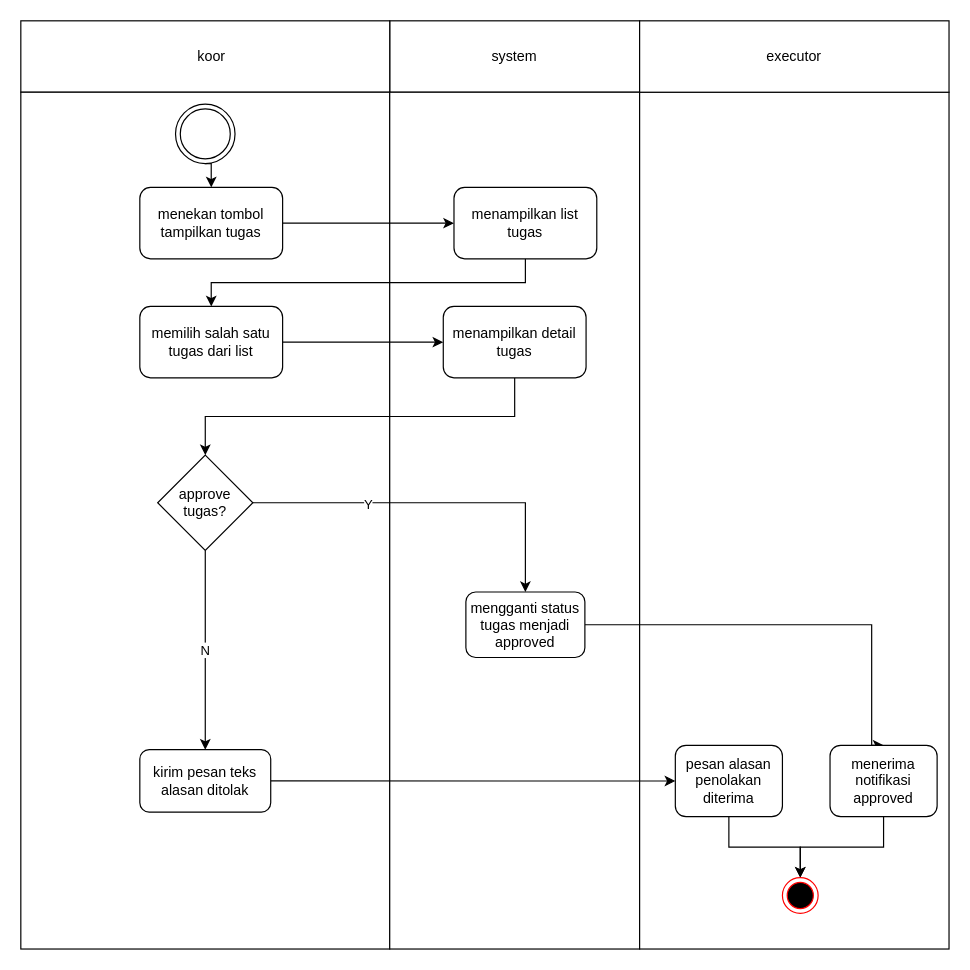
Before: KOOR_LihatTugas.drawio in X-TermiNation/Magang-Japfa-X-iSTTS, a draw.io diagram. Source tidied: cells renumbered, new cells numbered last; positions are measured from the earlier drawing's top-left corner, leaving out a move shared by most shapes. Both pictures are drawn from the tidied source at 119%, with x=0, y=0 at pixel (20, 20).
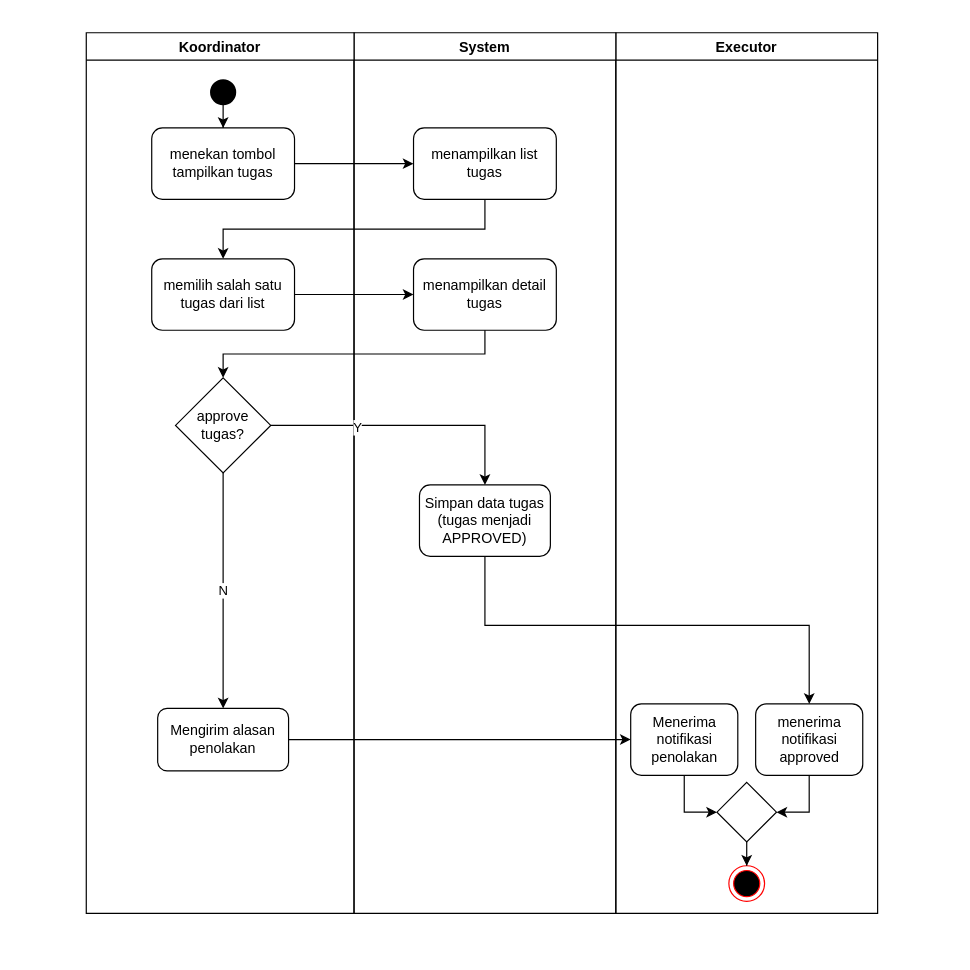
The same diagram, later.

Change to the diagram source:
```diff
@@
-    <mxCell id="2" value="system" style="rounded=0;whiteSpace=wrap;html=1;" parent="1" vertex="1">
-      <mxGeometry x="310" width="210" height="60" as="geometry" />
-    </mxCell>
-    <mxCell id="3" style="rounded=0;whiteSpace=wrap;html=1;" parent="1" vertex="1">
-      <mxGeometry width="310" height="60" as="geometry" />
-    </mxCell>
-    <mxCell id="4" style="rounded=0;whiteSpace=wrap;html=1;" parent="1" vertex="1">
-      <mxGeometry y="60" width="310" height="720" as="geometry" />
-    </mxCell>
-    <mxCell id="5" value="koor" style="text;html=1;align=center;verticalAlign=middle;strokeColor=none;fillColor=none;" parent="1" vertex="1">
-      <mxGeometry x="135" y="15" width="50" height="30" as="geometry" />
-    </mxCell>
-    <mxCell id="6" style="rounded=0;whiteSpace=wrap;html=1;" parent="1" vertex="1">
-      <mxGeometry x="310" y="60" width="210" height="720" as="geometry" />
-    </mxCell>
-    <mxCell id="7" style="rounded=0;whiteSpace=wrap;html=1;" parent="1" vertex="1">
-      <mxGeometry x="520" y="60" width="260" height="720" as="geometry" />
-    </mxCell>
-    <mxCell id="8" value="executor" style="rounded=0;whiteSpace=wrap;html=1;" parent="1" vertex="1">
-      <mxGeometry x="520" width="260" height="60" as="geometry" />
-    </mxCell>
-    <mxCell id="9" style="edgeStyle=orthogonalEdgeStyle;rounded=0;jettySize=auto;html=1;exitX=0.5;exitY=1;exitDx=0;exitDy=0;entryX=0.5;entryY=0;entryDx=0;entryDy=0;" parent="1" edge="1" source="10">
-      <mxGeometry relative="1" as="geometry">
-        <mxPoint x="160" y="140" as="targetPoint" />
-      </mxGeometry>
-    </mxCell>
-    <mxCell id="10" style="ellipse;shape=doubleEllipse;html=1;dashed=0;whitespace=wrap;" parent="1" vertex="1">
-      <mxGeometry x="130" y="70" width="50" height="50" as="geometry" />
-    </mxCell>
+    <mxCell id="32" value="Executor" style="swimlane;" parent="1" vertex="1">
+      <mxGeometry x="500" y="10" width="220" height="740" as="geometry" />
+    </mxCell>
+    <mxCell id="33" value="N" style="edgeStyle=orthogonalEdgeStyle;rounded=0;orthogonalLoop=1;jettySize=auto;html=1;exitX=0.5;exitY=1;exitDx=0;exitDy=0;entryX=0.5;entryY=0;entryDx=0;entryDy=0;" parent="32" edge="1">
+      <mxGeometry relative="1" as="geometry">
+        <mxPoint x="135" y="370" as="sourcePoint" />
+      </mxGeometry>
+    </mxCell>
+    <mxCell id="34" style="edgeStyle=orthogonalEdgeStyle;rounded=0;jettySize=auto;html=1;entryX=1;entryY=0.5;entryDx=0;entryDy=0;" parent="32" edge="1" source="24" target="37">
+      <mxGeometry relative="1" as="geometry" />
+    </mxCell>
+    <mxCell id="24" value="menerima notifikasi approved" style="rounded=1;whiteSpace=wrap;html=1;" parent="32" vertex="1">
+      <mxGeometry x="117.5" y="564" width="90" height="60" as="geometry" />
+    </mxCell>
+    <mxCell id="35" style="edgeStyle=orthogonalEdgeStyle;rounded=0;jettySize=auto;html=1;entryX=0;entryY=0.5;entryDx=0;entryDy=0;" parent="32" edge="1" source="26" target="37">
+      <mxGeometry relative="1" as="geometry" />
+    </mxCell>
+    <mxCell id="26" value="Menerima notifikasi penolakan" style="rounded=1;whiteSpace=wrap;html=1;" parent="32" vertex="1">
+      <mxGeometry x="12.5" y="564" width="90" height="60" as="geometry" />
+    </mxCell>
+    <mxCell id="27" style="ellipse;html=1;shape=endState;fillColor=#000000;strokeColor=#ff0000;" parent="32" vertex="1">
+      <mxGeometry x="95" y="700" width="30" height="30" as="geometry" />
+    </mxCell>
+    <mxCell id="36" style="edgeStyle=orthogonalEdgeStyle;rounded=0;jettySize=auto;html=1;entryX=0.5;entryY=0;entryDx=0;entryDy=0;" parent="32" edge="1" source="37" target="27">
+      <mxGeometry relative="1" as="geometry" />
+    </mxCell>
+    <mxCell id="37" style="rhombus;whiteSpace=wrap;html=1;" parent="32" vertex="1">
+      <mxGeometry x="85" y="630" width="50" height="50" as="geometry" />
+    </mxCell>
+    <mxCell id="38" value="System" style="swimlane;" parent="1" vertex="1">
+      <mxGeometry x="280" y="10" width="220" height="740" as="geometry" />
+    </mxCell>
+    <mxCell id="39" value="N" style="edgeStyle=orthogonalEdgeStyle;rounded=0;orthogonalLoop=1;jettySize=auto;html=1;exitX=0.5;exitY=1;exitDx=0;exitDy=0;entryX=0.5;entryY=0;entryDx=0;entryDy=0;" parent="38" edge="1">
+      <mxGeometry relative="1" as="geometry">
+        <mxPoint x="135" y="370" as="sourcePoint" />
+      </mxGeometry>
+    </mxCell>
+    <mxCell id="16" value="Simpan data tugas (tugas menjadi APPROVED)" style="rounded=1;whiteSpace=wrap;html=1;" parent="38" vertex="1">
+      <mxGeometry x="55" y="380" width="110" height="60" as="geometry" />
+    </mxCell>
+    <mxCell id="14" value="menampilkan list tugas" style="rounded=1;whiteSpace=wrap;html=1;" parent="38" vertex="1">
+      <mxGeometry x="50" y="80" width="120" height="60" as="geometry" />
+    </mxCell>
+    <mxCell id="31" value="menampilkan detail tugas" style="rounded=1;whiteSpace=wrap;html=1;" parent="38" vertex="1">
+      <mxGeometry x="50" y="190" width="120" height="60" as="geometry" />
+    </mxCell>
+    <mxCell id="40" value="Koordinator" style="swimlane;" parent="1" vertex="1">
+      <mxGeometry x="55" y="10" width="225" height="740" as="geometry" />
+    </mxCell>
+    <mxCell id="41" style="strokeWidth=2;html=1;shape=mxgraph.flowchart.start_2;whiteSpace=wrap;fillColor=#000000;" parent="40" vertex="1">
+      <mxGeometry x="105" y="40" width="20" height="20" as="geometry" />
+    </mxCell>
+    <mxCell id="22" value="approve tugas?" style="rhombus;whiteSpace=wrap;html=1;" parent="40" vertex="1">
+      <mxGeometry x="75" y="290" width="80" height="80" as="geometry" />
+    </mxCell>
+    <mxCell id="18" value="Mengirim alasan penolakan" style="rounded=1;whiteSpace=wrap;html=1;" parent="40" vertex="1">
+      <mxGeometry x="60" y="567.8" width="110" height="52.5" as="geometry" />
+    </mxCell>
+    <mxCell id="21" value="N" style="edgeStyle=orthogonalEdgeStyle;rounded=0;jettySize=auto;html=1;exitX=0.5;exitY=1;exitDx=0;exitDy=0;entryX=0.5;entryY=0;entryDx=0;entryDy=0;" parent="40" edge="1" source="22" target="18">
+      <mxGeometry relative="1" as="geometry" />
+    </mxCell>
+    <mxCell id="12" value="menekan tombol tampilkan tugas" style="rounded=1;whiteSpace=wrap;html=1;" parent="40" vertex="1">
+      <mxGeometry x="55" y="80" width="120" height="60" as="geometry" />
+    </mxCell>
+    <mxCell id="42" style="edgeStyle=orthogonalEdgeStyle;rounded=0;jettySize=auto;html=1;" parent="40" edge="1" source="41" target="12">
+      <mxGeometry relative="1" as="geometry" />
+    </mxCell>
+    <mxCell id="29" value="memilih salah satu tugas dari list" style="rounded=1;whiteSpace=wrap;html=1;" parent="40" vertex="1">
+      <mxGeometry x="55" y="190" width="120" height="60" as="geometry" />
+    </mxCell>
@@
-    <mxCell id="12" value="menekan tombol tampilkan tugas" style="rounded=1;whiteSpace=wrap;html=1;" parent="1" vertex="1">
-      <mxGeometry x="100" y="140" width="120" height="60" as="geometry" />
-    </mxCell>
@@
-    <mxCell id="14" value="menampilkan list tugas" style="rounded=1;whiteSpace=wrap;html=1;" parent="1" vertex="1">
-      <mxGeometry x="364" y="140" width="120" height="60" as="geometry" />
-    </mxCell>
-    <mxCell id="15" style="edgeStyle=orthogonalEdgeStyle;rounded=0;jettySize=auto;html=1;exitX=1;exitY=0.5;exitDx=0;exitDy=0;entryX=0.5;entryY=0;entryDx=0;entryDy=0;" parent="1" edge="1" source="16" target="24">
+    <mxCell id="15" style="edgeStyle=orthogonalEdgeStyle;rounded=0;jettySize=auto;html=1;exitX=0.5;exitY=1;exitDx=0;exitDy=0;entryX=0.5;entryY=0;entryDx=0;entryDy=0;" parent="1" edge="1" source="16" target="24">
       <mxGeometry relative="1" as="geometry">
         <Array as="points">
-          <mxPoint x="715" y="508" />
+          <mxPoint x="390" y="508" />
+          <mxPoint x="662" y="508" />
         </Array>
       </mxGeometry>
     </mxCell>
-    <mxCell id="16" value="mengganti status tugas menjadi approved" style="rounded=1;whiteSpace=wrap;html=1;" parent="1" vertex="1">
-      <mxGeometry x="374" y="480" width="100" height="55" as="geometry" />
-    </mxCell>
@@
-    <mxCell id="18" value="kirim pesan teks alasan ditolak" style="rounded=1;whiteSpace=wrap;html=1;" parent="1" vertex="1">
-      <mxGeometry x="100" y="612.5" width="110" height="52.5" as="geometry" />
-    </mxCell>
@@
-    <mxCell id="21" value="N" style="edgeStyle=orthogonalEdgeStyle;rounded=0;jettySize=auto;html=1;exitX=0.5;exitY=1;exitDx=0;exitDy=0;entryX=0.5;entryY=0;entryDx=0;entryDy=0;" parent="1" edge="1" source="22" target="18">
-      <mxGeometry relative="1" as="geometry" />
-    </mxCell>
-    <mxCell id="22" value="approve tugas?" style="rhombus;whiteSpace=wrap;html=1;" parent="1" vertex="1">
-      <mxGeometry x="115" y="365" width="80" height="80" as="geometry" />
-    </mxCell>
-    <mxCell id="23" style="edgeStyle=orthogonalEdgeStyle;rounded=0;jettySize=auto;html=1;exitX=0.5;exitY=1;exitDx=0;exitDy=0;entryX=0.5;entryY=0;entryDx=0;entryDy=0;" parent="1" edge="1" source="24" target="27">
-      <mxGeometry relative="1" as="geometry" />
-    </mxCell>
-    <mxCell id="24" value="menerima notifikasi approved" style="rounded=1;whiteSpace=wrap;html=1;" parent="1" vertex="1">
-      <mxGeometry x="680" y="608.8" width="90" height="60" as="geometry" />
-    </mxCell>
-    <mxCell id="25" style="edgeStyle=orthogonalEdgeStyle;rounded=0;jettySize=auto;html=1;exitX=0.5;exitY=1;exitDx=0;exitDy=0;entryX=0.5;entryY=0;entryDx=0;entryDy=0;" parent="1" edge="1" source="26" target="27">
-      <mxGeometry relative="1" as="geometry" />
-    </mxCell>
-    <mxCell id="26" value="pesan alasan penolakan diterima" style="rounded=1;whiteSpace=wrap;html=1;" parent="1" vertex="1">
-      <mxGeometry x="550" y="608.8" width="90" height="60" as="geometry" />
-    </mxCell>
-    <mxCell id="27" style="ellipse;html=1;shape=endState;fillColor=#000000;strokeColor=#ff0000;" parent="1" vertex="1">
-      <mxGeometry x="640" y="720" width="30" height="30" as="geometry" />
-    </mxCell>
@@
-    <mxCell id="29" value="memilih salah satu tugas dari list" style="rounded=1;whiteSpace=wrap;html=1;" parent="1" vertex="1">
-      <mxGeometry x="100" y="240" width="120" height="60" as="geometry" />
-    </mxCell>
@@
-    <mxCell id="31" value="menampilkan detail tugas" style="rounded=1;whiteSpace=wrap;html=1;" parent="1" vertex="1">
-      <mxGeometry x="355" y="240" width="120" height="60" as="geometry" />
-    </mxCell>
```
